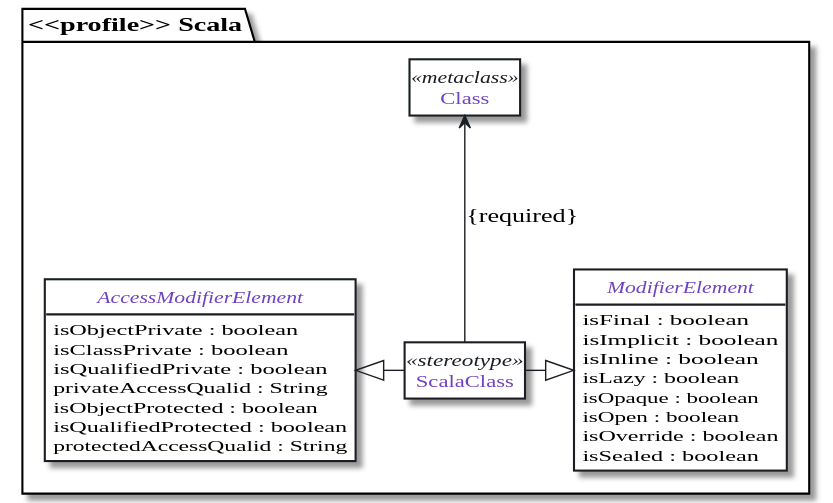
The PlantUML diagram out/uml-meta-model-extensions/scala.profile.class/scala.profile.class.svg in tizuck/scala-uml-diagrams, before a commit. The source it was exported from:
```plantuml
@startuml

package "<<profile>> Scala" #00 {
    class Class <<metaclass>>
    class ScalaClass <<stereotype>>

    abstract class AccessModifierElement {
        isObjectPrivate : boolean
        isClassPrivate : boolean
        isQualifiedPrivate : boolean
        privateAccessQualid : String
        isObjectProtected : boolean
        isQualifiedProtected : boolean
        protectedAccessQualid : String
    }

    abstract class ModifierElement {
        isFinal : boolean
        isImplicit : boolean
        isInline : boolean
        isLazy : boolean
        isOpaque : boolean
        isOpen : boolean
        isOverride : boolean
        isSealed : boolean
    }

    Class <-- ScalaClass :  "\n\n{required}"
    ModifierElement <|--left- ScalaClass
    AccessModifierElement <|--right- ScalaClass

}

hide class circle
hide class methods
hide <<metaclass>> members
hide ScalaClass members
hide abstract methods

skinparam defaultFontName Source Code Pro

skinparam ClassStereotypeFontColor #1b1f23

skinparam class {
    BackgroundColor White
    BorderColor #1b1f23
    ArrowColor #1b1f23
    FontColor #6f42c1
}

skinparam note {
    BackgroundColor White
    BorderColor #1b1f23
    ArrowColor #1b1f23
    FontColor #d73a49
}

skinparam linetype ortho


skinparam stereotype {
    FontColor #d73a49
}

hide circle

@enduml
```
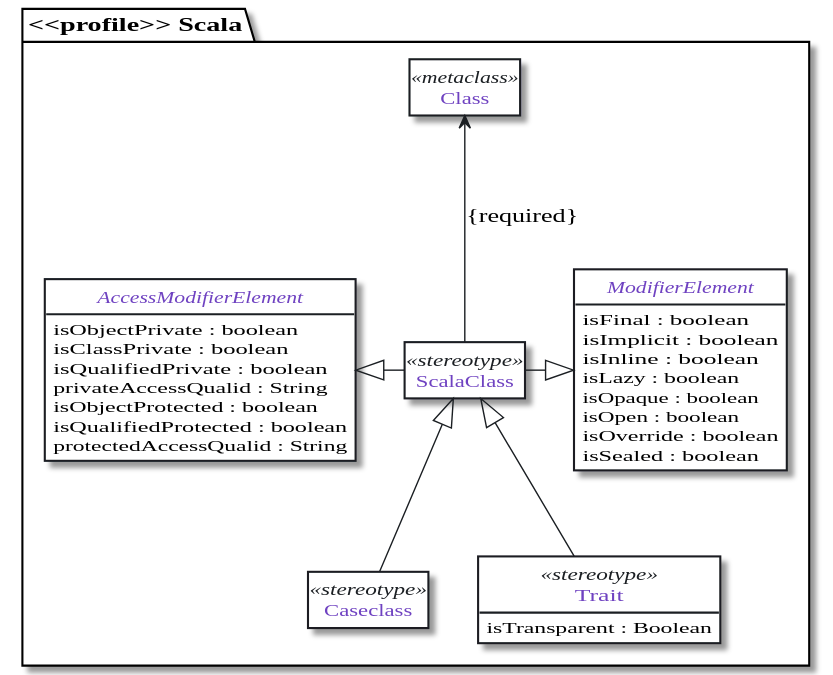
Later version of the same file.

What changed in the source:
```diff
@@ -3,6 +3,10 @@
 package "<<profile>> Scala" #00 {
     class Class <<metaclass>>
     class ScalaClass <<stereotype>>
+    class Caseclass <<stereotype>>
+     class Trait <<stereotype>> {
+        isTransparent : Boolean
+    }
 
     abstract class AccessModifierElement {
         isObjectPrivate : boolean
@@ -28,6 +32,9 @@
     Class <-- ScalaClass :  "\n\n{required}"
     ModifierElement <|--left- ScalaClass
     AccessModifierElement <|--right- ScalaClass
+    ScalaClass <|-- Trait
+    ScalaClass <|-- Caseclass
+
 
 }
 
@@ -36,6 +43,7 @@
 hide <<metaclass>> members
 hide ScalaClass members
 hide abstract methods
+hide Caseclass members
 
 skinparam defaultFontName Source Code Pro
 
@@ -55,8 +63,6 @@
     FontColor #d73a49
 }
 
-skinparam linetype ortho
-
 
 skinparam stereotype {
     FontColor #d73a49
```
